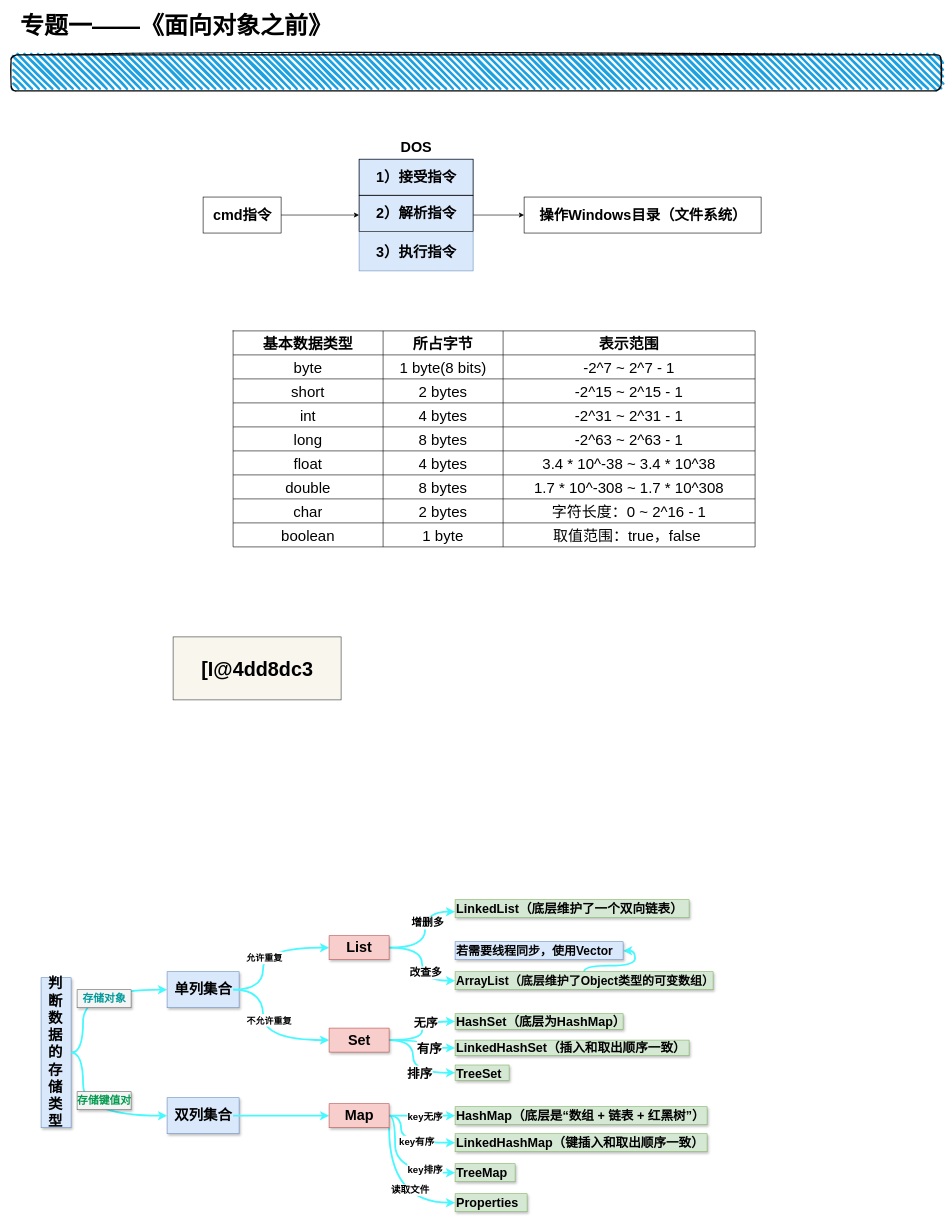
This is page "第 1 页" (1 of 6) of Java基础.drawio from TYRA9/Diagram-Collection, a draw.io file, before an edit. Source tidied: cells renumbered, new cells numbered last; positions are measured from the earlier drawing's top-left corner, leaving out a move shared by most shapes. Both pictures are drawn from the tidied source at 60%, with x=0, y=0 at pixel (11, 13).
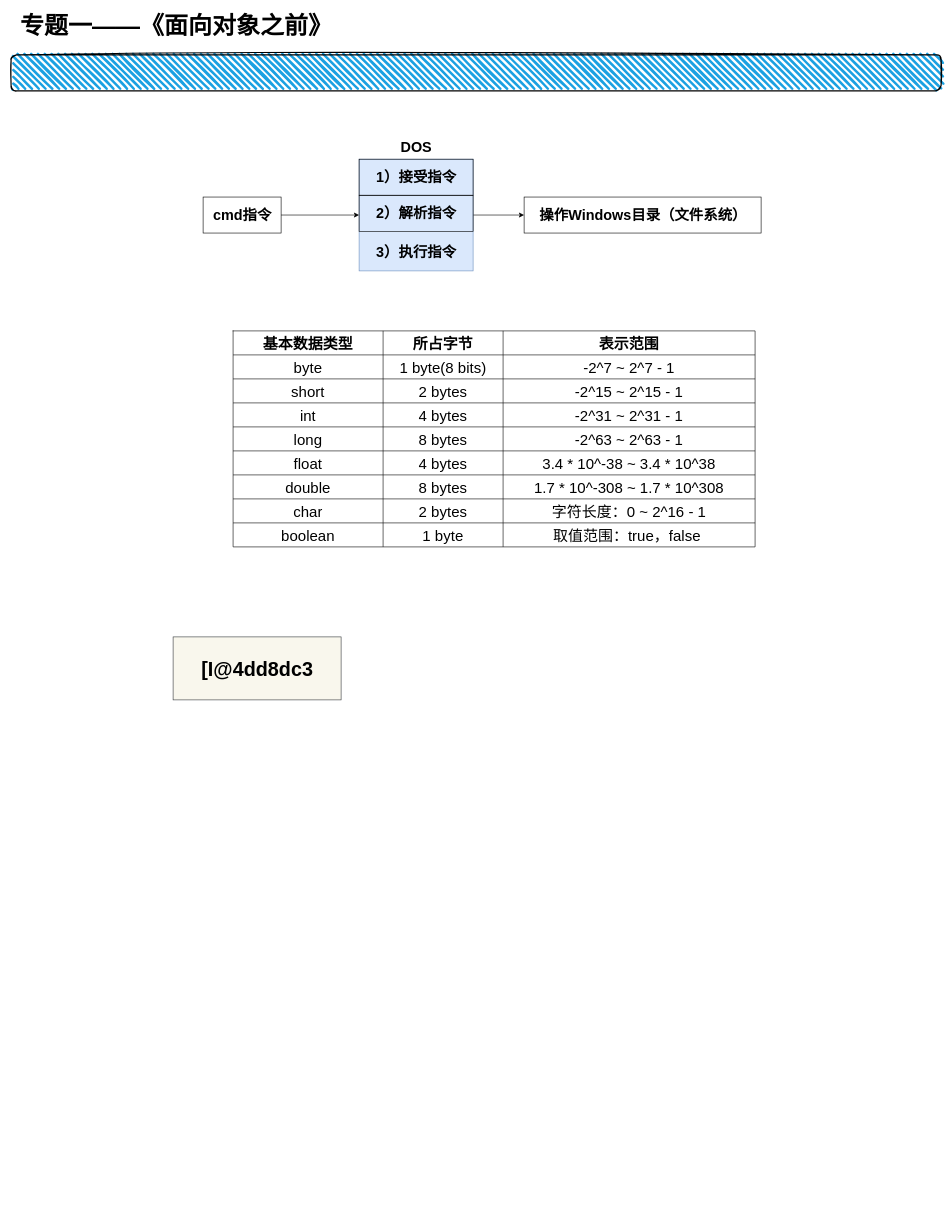
After the change.

Commit message:
add String_jvm_demo

Change to the diagram source:
```diff
@@
-    <mxCell id="53" style="edgeStyle=orthogonalEdgeStyle;rounded=0;jettySize=auto;html=1;entryX=0;entryY=0.5;entryDx=0;entryDy=0;curved=1;strokeColor=#47F9FF;strokeWidth=3;" parent="1" edge="1" source="54" target="55">
-      <mxGeometry relative="1" as="geometry">
-        <Array as="points">
-          <mxPoint x="120" y="1733" />
-          <mxPoint x="120" y="1628" />
-        </Array>
-      </mxGeometry>
-    </mxCell>
-    <mxCell id="54" style="rounded=0;whiteSpace=wrap;html=1;fillColor=#dae8fc;strokeColor=#6c8ebf;shadow=1;" parent="1" vertex="1">
-      <mxGeometry x="50" y="1608" width="50" height="250" as="geometry" />
-    </mxCell>
-    <mxCell id="55" style="rounded=0;whiteSpace=wrap;html=1;fillColor=#dae8fc;strokeColor=#6c8ebf;shadow=1;" parent="1" vertex="1">
-      <mxGeometry x="260" y="1598" width="120" height="60" as="geometry" />
-    </mxCell>
-    <mxCell id="56" style="rounded=0;whiteSpace=wrap;html=1;fillColor=#dae8fc;strokeColor=#6c8ebf;shadow=1;" parent="1" vertex="1">
-      <mxGeometry x="260" y="1808" width="120" height="60" as="geometry" />
-    </mxCell>
-    <mxCell id="57" value="&lt;font color=&quot;#009999&quot;&gt;存储对象&lt;/font&gt;" style="text;html=1;fontSize=18;fontStyle=1;verticalAlign=middle;align=center;shadow=1;fillColor=#f5f5f5;strokeColor=#666666;fontColor=#333333;" parent="1" vertex="1">
-      <mxGeometry x="110" y="1628" width="90" height="30" as="geometry" />
-    </mxCell>
-    <mxCell id="58" style="edgeStyle=orthogonalEdgeStyle;curved=1;rounded=0;jettySize=auto;html=1;strokeColor=#47F9FF;strokeWidth=3;fontSize=18;" parent="1" edge="1" source="59" target="68">
-      <mxGeometry relative="1" as="geometry" />
-    </mxCell>
-    <mxCell id="59" value="双列集合" style="text;strokeColor=none;fillColor=none;html=1;fontSize=24;fontStyle=1;verticalAlign=middle;align=center;shadow=1;" parent="1" vertex="1">
-      <mxGeometry x="270" y="1818" width="100" height="40" as="geometry" />
-    </mxCell>
-    <mxCell id="60" style="edgeStyle=orthogonalEdgeStyle;curved=1;rounded=0;jettySize=auto;html=1;strokeColor=#47F9FF;strokeWidth=3;fontSize=15;" parent="1" edge="1" source="68" target="69">
-      <mxGeometry relative="1" as="geometry" />
-    </mxCell>
-    <mxCell id="61" value="key无序" style="edgeLabel;html=1;align=center;verticalAlign=middle;fontSize=16;fontStyle=1;" parent="60" vertex="1">
-      <mxGeometry x="0.17" y="3" relative="1" as="geometry">
-        <mxPoint x="-5" y="3" as="offset" />
-      </mxGeometry>
-    </mxCell>
-    <mxCell id="62" style="edgeStyle=orthogonalEdgeStyle;curved=1;rounded=0;jettySize=auto;html=1;entryX=0;entryY=0.5;entryDx=0;entryDy=0;strokeColor=#47F9FF;strokeWidth=3;fontSize=21;" parent="1" edge="1" source="68" target="97">
-      <mxGeometry relative="1" as="geometry">
-        <Array as="points">
-          <mxPoint x="650" y="1838" />
-          <mxPoint x="650" y="1883" />
-        </Array>
-      </mxGeometry>
-    </mxCell>
-    <mxCell id="63" value="key有序" style="edgeLabel;html=1;align=center;verticalAlign=middle;fontSize=16;fontStyle=1;" parent="62" vertex="1">
-      <mxGeometry x="0.16" y="3" relative="1" as="geometry" />
-    </mxCell>
-    <mxCell id="64" style="edgeStyle=orthogonalEdgeStyle;curved=1;rounded=0;jettySize=auto;html=1;entryX=0;entryY=0.5;entryDx=0;entryDy=0;strokeColor=#47F9FF;strokeWidth=3;fontSize=16;" parent="1" edge="1" source="68" target="98">
-      <mxGeometry relative="1" as="geometry">
-        <Array as="points">
-          <mxPoint x="640" y="1838" />
-          <mxPoint x="640" y="1933" />
-        </Array>
-      </mxGeometry>
-    </mxCell>
-    <mxCell id="65" value="key排序" style="edgeLabel;html=1;align=center;verticalAlign=middle;fontSize=16;fontStyle=1;" parent="64" vertex="1">
-      <mxGeometry x="0.36" y="6" relative="1" as="geometry">
-        <mxPoint x="15" as="offset" />
-      </mxGeometry>
-    </mxCell>
-    <mxCell id="66" style="edgeStyle=orthogonalEdgeStyle;curved=1;rounded=0;jettySize=auto;html=1;entryX=0;entryY=0.5;entryDx=0;entryDy=0;strokeColor=#47F9FF;strokeWidth=3;fontSize=16;" parent="1" edge="1" source="68" target="99">
-      <mxGeometry relative="1" as="geometry">
-        <Array as="points">
-          <mxPoint x="630" y="1983" />
-        </Array>
-      </mxGeometry>
-    </mxCell>
-    <mxCell id="67" value="读取文件" style="edgeLabel;html=1;align=center;verticalAlign=middle;fontSize=16;fontStyle=1;" parent="66" vertex="1">
-      <mxGeometry x="-0.12" y="34" relative="1" as="geometry" />
-    </mxCell>
-    <mxCell id="68" value="Map" style="text;strokeColor=#b85450;fillColor=#f8cecc;html=1;fontSize=24;fontStyle=1;verticalAlign=middle;align=center;shadow=1;" parent="1" vertex="1">
-      <mxGeometry x="530" y="1818" width="100" height="40" as="geometry" />
-    </mxCell>
-    <mxCell id="69" value="HashMap（底层是“数组 + 链表 + 红黑树”）" style="text;strokeColor=#82b366;fillColor=#d5e8d4;html=1;fontSize=21;fontStyle=1;verticalAlign=middle;align=left;shadow=1;" parent="1" vertex="1">
-      <mxGeometry x="740" y="1823" width="420" height="30" as="geometry" />
-    </mxCell>
-    <mxCell id="70" style="edgeStyle=orthogonalEdgeStyle;curved=1;rounded=0;jettySize=auto;html=1;entryX=0;entryY=0.5;entryDx=0;entryDy=0;strokeColor=#47F9FF;strokeWidth=3;" parent="1" edge="1" source="71" target="56">
-      <mxGeometry relative="1" as="geometry">
-        <Array as="points">
-          <mxPoint x="120" y="1733" />
-          <mxPoint x="120" y="1838" />
-        </Array>
-      </mxGeometry>
-    </mxCell>
-    <mxCell id="71" value="判断数据的存储类型" style="text;strokeColor=none;fillColor=none;html=1;fontSize=24;fontStyle=1;verticalAlign=middle;align=left;shadow=1;whiteSpace=wrap;" parent="1" vertex="1">
-      <mxGeometry x="60" y="1712.5" width="40" height="41" as="geometry" />
-    </mxCell>
-    <mxCell id="72" value="&lt;font color=&quot;#00994d&quot;&gt;存储键值对&lt;/font&gt;" style="text;html=1;fontSize=18;fontStyle=1;verticalAlign=middle;align=center;shadow=1;fillColor=#f5f5f5;strokeColor=#666666;fontColor=#333333;" parent="1" vertex="1">
-      <mxGeometry x="110" y="1798" width="90" height="30" as="geometry" />
-    </mxCell>
-    <mxCell id="73" style="edgeStyle=orthogonalEdgeStyle;curved=1;rounded=0;jettySize=auto;html=1;strokeColor=#47F9FF;strokeWidth=3;fontSize=18;" parent="1" edge="1" source="77" target="82">
-      <mxGeometry relative="1" as="geometry">
-        <Array as="points">
-          <mxPoint x="420" y="1628" />
-          <mxPoint x="420" y="1558" />
-        </Array>
-      </mxGeometry>
-    </mxCell>
-    <mxCell id="74" value="&lt;font style=&quot;font-size: 15px&quot;&gt;&lt;b&gt;允许重复&lt;/b&gt;&lt;/font&gt;" style="edgeLabel;html=1;align=center;verticalAlign=middle;fontSize=18;" parent="73" vertex="1">
-      <mxGeometry x="-0.27" y="10" relative="1" as="geometry">
-        <mxPoint x="11" y="-20" as="offset" />
-      </mxGeometry>
-    </mxCell>
-    <mxCell id="75" style="edgeStyle=orthogonalEdgeStyle;curved=1;rounded=0;jettySize=auto;html=1;strokeColor=#47F9FF;strokeWidth=3;fontSize=18;" parent="1" edge="1" source="77" target="90">
-      <mxGeometry relative="1" as="geometry">
-        <Array as="points">
-          <mxPoint x="420" y="1628" />
-          <mxPoint x="420" y="1712" />
-        </Array>
-      </mxGeometry>
-    </mxCell>
-    <mxCell id="76" value="&lt;font style=&quot;font-size: 15px&quot;&gt;&lt;b&gt;不允许重复&lt;/b&gt;&lt;/font&gt;" style="edgeLabel;html=1;align=center;verticalAlign=middle;fontSize=18;" parent="75" vertex="1">
-      <mxGeometry x="0.24" y="10" relative="1" as="geometry">
-        <mxPoint x="-8" y="-24" as="offset" />
-      </mxGeometry>
-    </mxCell>
-    <mxCell id="77" value="单列集合" style="text;strokeColor=none;fillColor=none;html=1;fontSize=24;fontStyle=1;verticalAlign=middle;align=center;shadow=1;" parent="1" vertex="1">
-      <mxGeometry x="270" y="1608" width="100" height="40" as="geometry" />
-    </mxCell>
-    <mxCell id="78" style="edgeStyle=orthogonalEdgeStyle;curved=1;rounded=0;jettySize=auto;html=1;strokeColor=#47F9FF;strokeWidth=3;fontSize=18;" parent="1" edge="1" source="82" target="83">
-      <mxGeometry relative="1" as="geometry">
-        <Array as="points">
-          <mxPoint x="690" y="1558" />
-          <mxPoint x="690" y="1498" />
-        </Array>
-      </mxGeometry>
-    </mxCell>
-    <mxCell id="79" value="&lt;b&gt;增删多&lt;/b&gt;" style="edgeLabel;html=1;align=center;verticalAlign=middle;fontSize=18;" parent="78" vertex="1">
-      <mxGeometry x="0.2" y="-3" relative="1" as="geometry" />
-    </mxCell>
-    <mxCell id="80" style="edgeStyle=orthogonalEdgeStyle;curved=1;rounded=0;jettySize=auto;html=1;entryX=0;entryY=0.5;entryDx=0;entryDy=0;strokeColor=#47F9FF;strokeWidth=3;fontSize=18;" parent="1" edge="1" source="82" target="93">
-      <mxGeometry relative="1" as="geometry" />
-    </mxCell>
-    <mxCell id="81" value="&lt;b&gt;改查多&lt;/b&gt;" style="edgeLabel;html=1;align=center;verticalAlign=middle;fontSize=18;" parent="80" vertex="1">
-      <mxGeometry x="0.14" y="1" relative="1" as="geometry">
-        <mxPoint x="4" y="2" as="offset" />
-      </mxGeometry>
-    </mxCell>
-    <mxCell id="82" value="List" style="text;strokeColor=#b85450;fillColor=#f8cecc;html=1;fontSize=24;fontStyle=1;verticalAlign=middle;align=center;shadow=1;" parent="1" vertex="1">
-      <mxGeometry x="530" y="1538" width="100" height="40" as="geometry" />
-    </mxCell>
-    <mxCell id="83" value="LinkedList（底层维护了一个双向链表）" style="text;strokeColor=#82b366;fillColor=#d5e8d4;html=1;fontSize=21;fontStyle=1;verticalAlign=middle;align=left;shadow=1;" parent="1" vertex="1">
-      <mxGeometry x="740" y="1478" width="390" height="30" as="geometry" />
-    </mxCell>
-    <mxCell id="84" style="edgeStyle=orthogonalEdgeStyle;curved=1;rounded=0;jettySize=auto;html=1;strokeColor=#47F9FF;strokeWidth=3;fontSize=20;" parent="1" edge="1" source="90" target="91">
-      <mxGeometry relative="1" as="geometry" />
-    </mxCell>
-    <mxCell id="85" value="&lt;b&gt;无序&lt;/b&gt;" style="edgeLabel;html=1;align=center;verticalAlign=middle;fontSize=20;" parent="84" vertex="1">
-      <mxGeometry x="-0.24" y="2" relative="1" as="geometry">
-        <mxPoint x="6" y="-29" as="offset" />
-      </mxGeometry>
-    </mxCell>
-    <mxCell id="86" style="edgeStyle=orthogonalEdgeStyle;curved=1;rounded=0;jettySize=auto;html=1;strokeColor=#47F9FF;strokeWidth=3;fontSize=21;fontStyle=1;" parent="1" edge="1" source="90" target="95">
-      <mxGeometry relative="1" as="geometry" />
-    </mxCell>
-    <mxCell id="87" value="&lt;b&gt;有序&lt;/b&gt;" style="edgeLabel;html=1;align=center;verticalAlign=middle;fontSize=21;" parent="86" vertex="1">
-      <mxGeometry x="0.44" y="3" relative="1" as="geometry">
-        <mxPoint x="-10" y="3" as="offset" />
-      </mxGeometry>
-    </mxCell>
-    <mxCell id="88" style="edgeStyle=orthogonalEdgeStyle;curved=1;rounded=0;jettySize=auto;html=1;entryX=0;entryY=0.5;entryDx=0;entryDy=0;strokeColor=#47F9FF;strokeWidth=3;fontSize=21;" parent="1" edge="1" source="90" target="96">
-      <mxGeometry relative="1" as="geometry">
-        <Array as="points">
-          <mxPoint x="670" y="1712" />
-          <mxPoint x="670" y="1767" />
-        </Array>
-      </mxGeometry>
-    </mxCell>
-    <mxCell id="89" value="排序" style="edgeLabel;html=1;align=center;verticalAlign=middle;fontSize=21;fontStyle=1;" parent="88" vertex="1">
-      <mxGeometry x="0.32" y="8" relative="1" as="geometry">
-        <mxPoint x="-4.5" y="8" as="offset" />
-      </mxGeometry>
-    </mxCell>
-    <mxCell id="90" value="Set" style="text;strokeColor=#b85450;fillColor=#f8cecc;html=1;fontSize=24;fontStyle=1;verticalAlign=middle;align=center;shadow=1;" parent="1" vertex="1">
-      <mxGeometry x="530" y="1692" width="100" height="40" as="geometry" />
-    </mxCell>
-    <mxCell id="91" value="HashSet（底层为HashMap）" style="text;strokeColor=#82b366;fillColor=#d5e8d4;html=1;fontSize=21;fontStyle=1;verticalAlign=middle;align=left;shadow=1;" parent="1" vertex="1">
-      <mxGeometry x="740" y="1668" width="280" height="26" as="geometry" />
-    </mxCell>
-    <mxCell id="92" style="edgeStyle=orthogonalEdgeStyle;curved=1;rounded=0;jettySize=auto;html=1;entryX=1;entryY=0.5;entryDx=0;entryDy=0;strokeColor=#47F9FF;strokeWidth=3;fontSize=20;" parent="1" edge="1" source="93" target="94">
-      <mxGeometry relative="1" as="geometry">
-        <Array as="points">
-          <mxPoint x="955" y="1588" />
-          <mxPoint x="1040" y="1588" />
-          <mxPoint x="1040" y="1563" />
-        </Array>
-      </mxGeometry>
-    </mxCell>
-    <mxCell id="93" value="ArrayList（底层维护了Object类型的可变数组）" style="text;strokeColor=#82b366;fillColor=#d5e8d4;html=1;fontSize=20;fontStyle=1;verticalAlign=middle;align=left;shadow=1;" parent="1" vertex="1">
-      <mxGeometry x="740" y="1598" width="430" height="30" as="geometry" />
-    </mxCell>
-    <mxCell id="94" value="若需要线程同步，使用Vector" style="text;strokeColor=#6c8ebf;fillColor=#dae8fc;html=1;fontSize=20;fontStyle=1;verticalAlign=middle;align=left;shadow=1;" parent="1" vertex="1">
-      <mxGeometry x="740" y="1548" width="280" height="30" as="geometry" />
-    </mxCell>
-    <mxCell id="95" value="LinkedHashSet（插入和取出顺序一致）" style="text;strokeColor=#82b366;fillColor=#d5e8d4;html=1;fontSize=21;fontStyle=1;verticalAlign=middle;align=left;shadow=1;" parent="1" vertex="1">
-      <mxGeometry x="740" y="1712" width="390" height="26" as="geometry" />
-    </mxCell>
-    <mxCell id="96" value="TreeSet" style="text;strokeColor=#82b366;fillColor=#d5e8d4;html=1;fontSize=21;fontStyle=1;verticalAlign=middle;align=left;shadow=1;" parent="1" vertex="1">
-      <mxGeometry x="740" y="1753.5" width="90" height="26" as="geometry" />
-    </mxCell>
-    <mxCell id="97" value="LinkedHashMap（键插入和取出顺序一致）" style="text;strokeColor=#82b366;fillColor=#d5e8d4;html=1;fontSize=21;fontStyle=1;verticalAlign=middle;align=left;shadow=1;" parent="1" vertex="1">
-      <mxGeometry x="740" y="1868" width="420" height="30" as="geometry" />
-    </mxCell>
-    <mxCell id="98" value="TreeMap" style="text;strokeColor=#82b366;fillColor=#d5e8d4;html=1;fontSize=21;fontStyle=1;verticalAlign=middle;align=left;shadow=1;" parent="1" vertex="1">
-      <mxGeometry x="740" y="1918" width="100" height="30" as="geometry" />
-    </mxCell>
-    <mxCell id="99" value="Properties" style="text;strokeColor=#82b366;fillColor=#d5e8d4;html=1;fontSize=21;fontStyle=1;verticalAlign=middle;align=left;shadow=1;" parent="1" vertex="1">
-      <mxGeometry x="740" y="1968" width="120" height="30" as="geometry" />
-    </mxCell>
```
